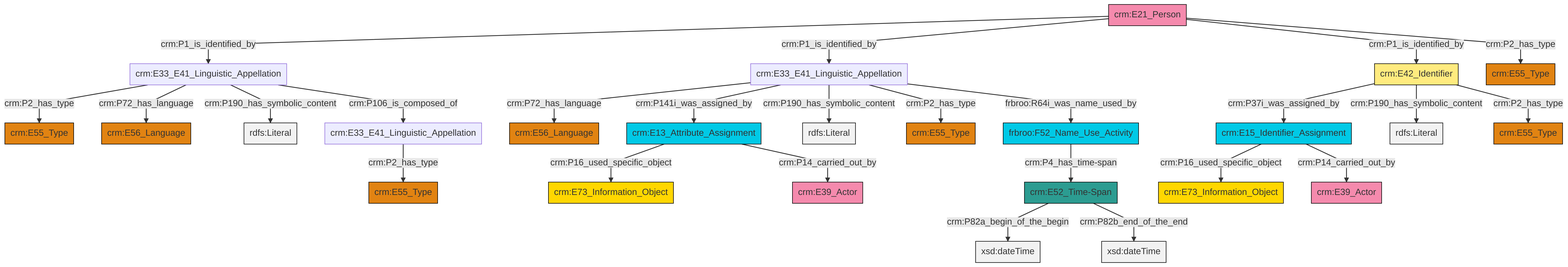
This is et/personCSV/ttl/mmd/png/Person_Names_and_Classification.png from swiss-art-research-net/docs.swissartresearch, a Mermaid export, as it was before one commit. Its source is kept beside it as et/personCSV/ttl/mmd/Person_Names_and_Classification.ttl.mmd.
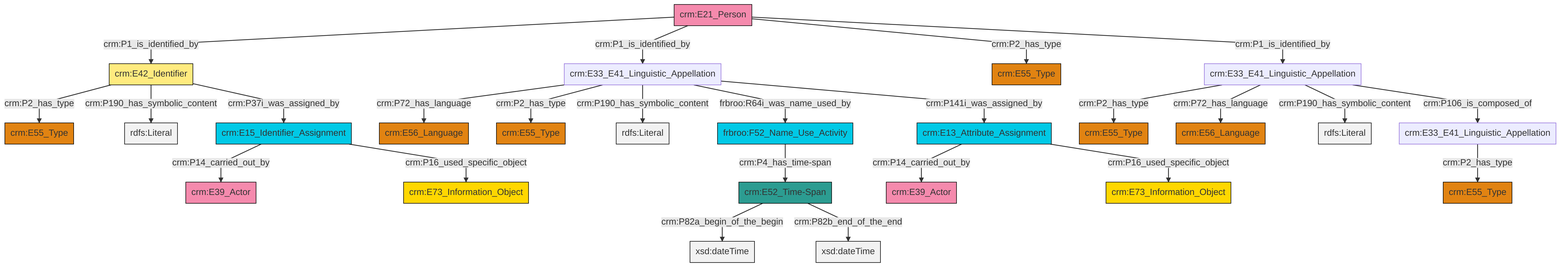
Later version of the same file.

Diff of the diagram source:
```diff
@@ -13,27 +13,27 @@
 classDef PC_Classes fill:#4ce600, stroke:#000000;
 classDef Multi fill:#cccccc,stroke:#000000;
 
-0["crm:E33_E41_Linguistic_Appellation"]:::Default -->|crm:P2_has_type| 1["crm:E55_Type"]:::Type
-5["crm:E42_Identifier"]:::Appellation -->|crm:P37i_was_assigned_by| 6["crm:E15_Identifier_Assignment"]:::Temporal_Entity
-0["crm:E33_E41_Linguistic_Appellation"]:::Default -->|crm:P72_has_language| 13["crm:E56_Language"]:::Type
-14["crm:E33_E41_Linguistic_Appellation"]:::Default -->|crm:P72_has_language| 15["crm:E56_Language"]:::Type
-16["crm:E52_Time-Span"]:::Time-Span -->|crm:P82a_begin_of_the_begin| 17[xsd:dateTime]:::Literal
-14["crm:E33_E41_Linguistic_Appellation"]:::Default -->|crm:P141i_was_assigned_by| 11["crm:E13_Attribute_Assignment"]:::Temporal_Entity
-5["crm:E42_Identifier"]:::Appellation -->|crm:P190_has_symbolic_content| 19[rdfs:Literal]:::Literal
-16["crm:E52_Time-Span"]:::Time-Span -->|crm:P82b_end_of_the_end| 20[xsd:dateTime]:::Literal
-26["crm:E21_Person"]:::Actor -->|crm:P1_is_identified_by| 0["crm:E33_E41_Linguistic_Appellation"]:::Default
-11["crm:E13_Attribute_Assignment"]:::Temporal_Entity -->|crm:P16_used_specific_object| 27["crm:E73_Information_Object"]:::Conceptual_Object
-14["crm:E33_E41_Linguistic_Appellation"]:::Default -->|crm:P190_has_symbolic_content| 28[rdfs:Literal]:::Literal
-6["crm:E15_Identifier_Assignment"]:::Temporal_Entity -->|crm:P16_used_specific_object| 7["crm:E73_Information_Object"]:::Conceptual_Object
-14["crm:E33_E41_Linguistic_Appellation"]:::Default -->|crm:P2_has_type| 29["crm:E55_Type"]:::Type
-23["crm:E33_E41_Linguistic_Appellation"]:::Default -->|crm:P2_has_type| 31["crm:E55_Type"]:::Type
-5["crm:E42_Identifier"]:::Appellation -->|crm:P2_has_type| 21["crm:E55_Type"]:::Type
-35["frbroo:F52_Name_Use_Activity"]:::Temporal_Entity -->|crm:P4_has_time-span| 16["crm:E52_Time-Span"]:::Time-Span
-11["crm:E13_Attribute_Assignment"]:::Temporal_Entity -->|crm:P14_carried_out_by| 36["crm:E39_Actor"]:::Actor
-26["crm:E21_Person"]:::Actor -->|crm:P1_is_identified_by| 14["crm:E33_E41_Linguistic_Appellation"]:::Default
-26["crm:E21_Person"]:::Actor -->|crm:P1_is_identified_by| 5["crm:E42_Identifier"]:::Appellation
-26["crm:E21_Person"]:::Actor -->|crm:P2_has_type| 3["crm:E55_Type"]:::Type
-6["crm:E15_Identifier_Assignment"]:::Temporal_Entity -->|crm:P14_carried_out_by| 9["crm:E39_Actor"]:::Actor
-14["crm:E33_E41_Linguistic_Appellation"]:::Default -->|frbroo:R64i_was_name_used_by| 35["frbroo:F52_Name_Use_Activity"]:::Temporal_Entity
-0["crm:E33_E41_Linguistic_Appellation"]:::Default -->|crm:P190_has_symbolic_content| 46[rdfs:Literal]:::Literal
-0["crm:E33_E41_Linguistic_Appellation"]:::Default -->|crm:P106_is_composed_of| 23["crm:E33_E41_Linguistic_Appellation"]:::Default
+4["crm:E15_Identifier_Assignment"]:::Temporal_Entity -->|crm:P14_carried_out_by| 5["crm:E39_Actor"]:::Actor
+6["crm:E52_Time-Span"]:::Time-Span -->|crm:P82a_begin_of_the_begin| 7[xsd:dateTime]:::Literal
+2["crm:E33_E41_Linguistic_Appellation"]:::Default -->|crm:P72_has_language| 9["crm:E56_Language"]:::Type
+11["crm:E21_Person"]:::Actor -->|crm:P1_is_identified_by| 12["crm:E42_Identifier"]:::Appellation
+2["crm:E33_E41_Linguistic_Appellation"]:::Default -->|crm:P2_has_type| 15["crm:E55_Type"]:::Type
+0["frbroo:F52_Name_Use_Activity"]:::Temporal_Entity -->|crm:P4_has_time-span| 6["crm:E52_Time-Span"]:::Time-Span
+11["crm:E21_Person"]:::Actor -->|crm:P1_is_identified_by| 2["crm:E33_E41_Linguistic_Appellation"]:::Default
+22["crm:E33_E41_Linguistic_Appellation"]:::Default -->|crm:P2_has_type| 13["crm:E55_Type"]:::Type
+12["crm:E42_Identifier"]:::Appellation -->|crm:P2_has_type| 23["crm:E55_Type"]:::Type
+11["crm:E21_Person"]:::Actor -->|crm:P2_has_type| 24["crm:E55_Type"]:::Type
+6["crm:E52_Time-Span"]:::Time-Span -->|crm:P82b_end_of_the_end| 27[xsd:dateTime]:::Literal
+11["crm:E21_Person"]:::Actor -->|crm:P1_is_identified_by| 22["crm:E33_E41_Linguistic_Appellation"]:::Default
+30["crm:E33_E41_Linguistic_Appellation"]:::Default -->|crm:P2_has_type| 17["crm:E55_Type"]:::Type
+12["crm:E42_Identifier"]:::Appellation -->|crm:P190_has_symbolic_content| 34[rdfs:Literal]:::Literal
+2["crm:E33_E41_Linguistic_Appellation"]:::Default -->|crm:P190_has_symbolic_content| 39[rdfs:Literal]:::Literal
+32["crm:E13_Attribute_Assignment"]:::Temporal_Entity -->|crm:P14_carried_out_by| 20["crm:E39_Actor"]:::Actor
+22["crm:E33_E41_Linguistic_Appellation"]:::Default -->|crm:P72_has_language| 25["crm:E56_Language"]:::Type
+2["crm:E33_E41_Linguistic_Appellation"]:::Default -->|frbroo:R64i_was_name_used_by| 0["frbroo:F52_Name_Use_Activity"]:::Temporal_Entity
+12["crm:E42_Identifier"]:::Appellation -->|crm:P37i_was_assigned_by| 4["crm:E15_Identifier_Assignment"]:::Temporal_Entity
+22["crm:E33_E41_Linguistic_Appellation"]:::Default -->|crm:P190_has_symbolic_content| 44[rdfs:Literal]:::Literal
+2["crm:E33_E41_Linguistic_Appellation"]:::Default -->|crm:P141i_was_assigned_by| 32["crm:E13_Attribute_Assignment"]:::Temporal_Entity
+4["crm:E15_Identifier_Assignment"]:::Temporal_Entity -->|crm:P16_used_specific_object| 45["crm:E73_Information_Object"]:::Conceptual_Object
+22["crm:E33_E41_Linguistic_Appellation"]:::Default -->|crm:P106_is_composed_of| 30["crm:E33_E41_Linguistic_Appellation"]:::Default
+32["crm:E13_Attribute_Assignment"]:::Temporal_Entity -->|crm:P16_used_specific_object| 36["crm:E73_Information_Object"]:::Conceptual_Object
```
